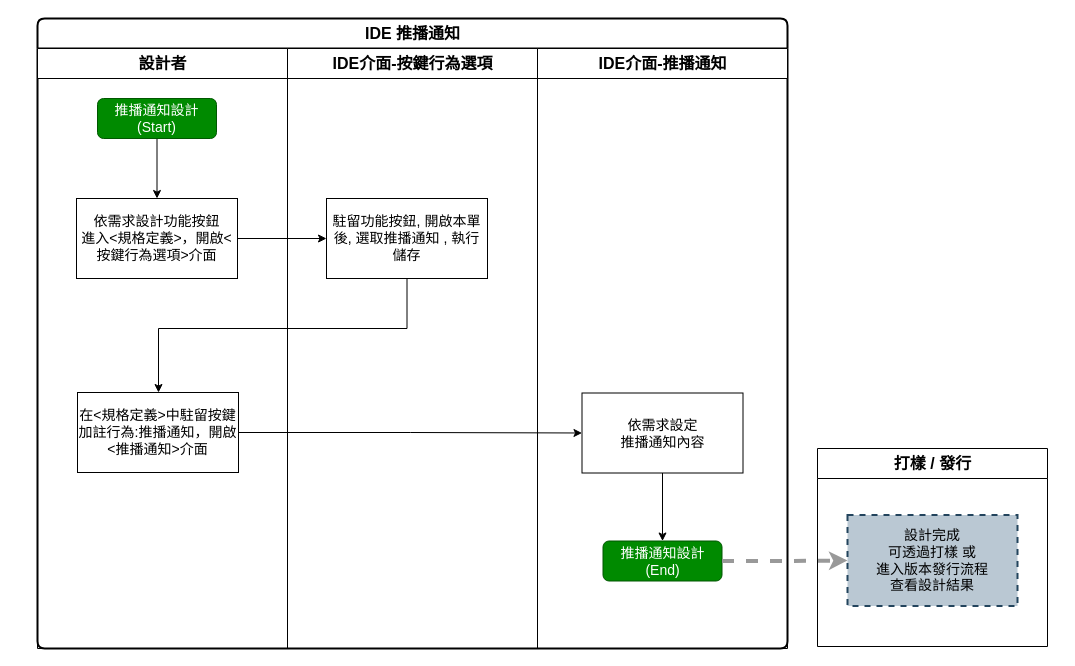
Above: 8.10.0/UPDATE/ITEM_2/IDE/attachment/IDE_MAENotice.drawio in ArcareRD/sadocs (draw.io), before the change. Source tidied: cells renumbered, new cells numbered last; positions are measured from the earlier drawing's top-left corner, leaving out a move shared by most shapes. Both pictures are drawn from the tidied source at 100%, with x=0, y=0 at pixel (37, 18).
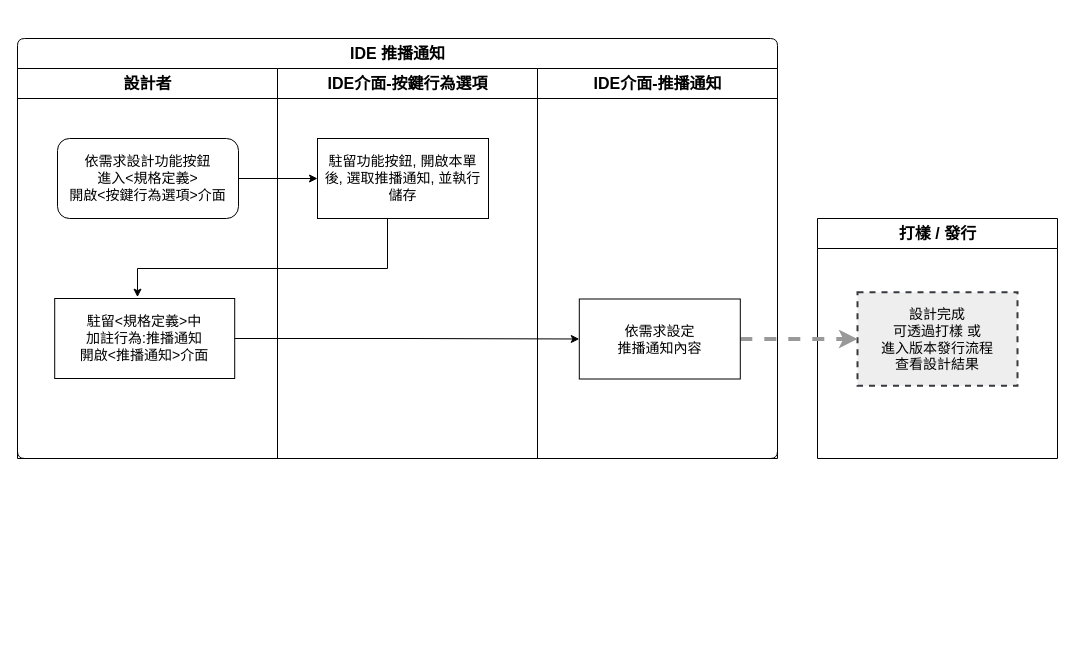
The same diagram, later.

What changed in the source:
```diff
@@
-    <mxCell id="2" value="打樣 / 發行" style="swimlane;html=1;startSize=30;fontSize=16;" parent="1" vertex="1">
-      <mxGeometry x="780" y="430" width="230" height="198" as="geometry" />
+    <mxCell id="2" value="打樣 / 發行" style="swimlane;html=1;startSize=30;fontSize=16;strokeWidth=1;" parent="1" vertex="1">
+      <mxGeometry x="780" y="200" width="240" height="240" as="geometry" />
     </mxCell>
-    <mxCell id="3" value="設計完成&lt;br&gt;可透過打樣 或&lt;br&gt;進入版本發行流程&lt;br&gt;查看設計結果" style="rounded=0;whiteSpace=wrap;html=1;dashed=1;strokeWidth=2;fontSize=14;fillColor=#bac8d3;strokeColor=#23445d;" parent="2" vertex="1">
-      <mxGeometry x="30" y="66.5" width="170" height="91" as="geometry" />
+    <mxCell id="3" value="設計完成&lt;br&gt;可透過打樣 或&lt;br&gt;進入版本發行流程&lt;br&gt;查看設計結果" style="rounded=0;whiteSpace=wrap;html=1;dashed=1;strokeWidth=2;fontSize=14;fillColor=#eeeeee;strokeColor=#36393d;" parent="2" vertex="1">
+      <mxGeometry x="40" y="73.8" width="160" height="93.5" as="geometry" />
     </mxCell>
+    <mxCell id="19" style="edgeStyle=orthogonalEdgeStyle;rounded=0;jettySize=auto;html=1;entryX=0;entryY=0.5;entryDx=0;entryDy=0;dashed=1;strokeColor=#999999;strokeWidth=4;" parent="1" edge="1" source="14" target="3">
+      <mxGeometry relative="1" as="geometry" />
+    </mxCell>
-    <mxCell id="4" value="IDE 推播通知" style="swimlane;html=1;strokeColor=#000000;strokeWidth=2;fontSize=16;rounded=1;arcSize=8;startSize=30;" parent="1" vertex="1">
-      <mxGeometry width="750" height="630" as="geometry" />
+    <mxCell id="4" value="IDE 推播通知" style="swimlane;html=1;strokeWidth=1;fontSize=16;rounded=1;arcSize=8;startSize=30;" parent="1" vertex="1">
+      <mxGeometry x="-20" y="20" width="760" height="420" as="geometry" />
     </mxCell>
-    <mxCell id="5" value="設計者" style="swimlane;html=1;startSize=30;fontSize=16;" parent="4" vertex="1">
-      <mxGeometry y="30" width="250" height="600" as="geometry" />
+    <mxCell id="5" value="設計者" style="swimlane;html=1;startSize=30;fontSize=16;strokeWidth=1;" parent="4" vertex="1">
+      <mxGeometry y="30" width="260" height="390" as="geometry" />
     </mxCell>
-    <mxCell id="6" style="edgeStyle=orthogonalEdgeStyle;rounded=0;jettySize=auto;html=1;fontSize=14;" parent="5" edge="1" source="8" target="9">
-      <mxGeometry relative="1" as="geometry" />
-    </mxCell>
+    <mxCell id="9" value="依需求設計功能按鈕&lt;br&gt;進入&amp;lt;規格定義&amp;gt;&lt;br&gt;開啟&amp;lt;按鍵行為選項&amp;gt;介面" style="rounded=1;whiteSpace=wrap;html=1;strokeWidth=1;fontSize=14;" parent="5" vertex="1">
+      <mxGeometry x="40" y="70" width="181" height="80" as="geometry" />
+    </mxCell>
-    <mxCell id="7" value="在&amp;lt;規格定義&amp;gt;中駐留按鍵加註行為:推播通知，開啟&amp;lt;推播通知&amp;gt;介面" style="rounded=0;whiteSpace=wrap;html=1;strokeWidth=1;fontSize=14;" parent="5" vertex="1">
-      <mxGeometry x="40" y="344" width="161" height="80" as="geometry" />
+    <mxCell id="7" value="駐留&amp;lt;規格定義&amp;gt;中&lt;br&gt;加註行為:推播通知&lt;br&gt;開啟&amp;lt;推播通知&amp;gt;介面" style="rounded=0;whiteSpace=wrap;html=1;strokeWidth=1;fontSize=14;" parent="5" vertex="1">
+      <mxGeometry x="37.2" y="230" width="180" height="80" as="geometry" />
     </mxCell>
-    <mxCell id="8" value="推播通知設計&lt;br&gt;(Start)" style="rounded=1;whiteSpace=wrap;html=1;fontSize=14;fillColor=#008a00;strokeColor=#005700;fontColor=#ffffff;" parent="5" vertex="1">
-      <mxGeometry x="60" y="50" width="119" height="40" as="geometry" />
-    </mxCell>
-    <mxCell id="9" value="依需求設計功能按鈕&lt;br&gt;進入&amp;lt;規格定義&amp;gt;，開啟&amp;lt;按鍵行為選項&amp;gt;介面" style="rounded=0;whiteSpace=wrap;html=1;strokeWidth=1;fontSize=14;" parent="5" vertex="1">
-      <mxGeometry x="39" y="150" width="161" height="80" as="geometry" />
-    </mxCell>
-    <mxCell id="10" value="IDE介面-按鍵行為選項" style="swimlane;html=1;startSize=30;fontSize=16;" parent="4" vertex="1">
-      <mxGeometry x="250" y="30" width="250" height="600" as="geometry" />
+    <mxCell id="10" value="IDE介面-按鍵行為選項" style="swimlane;html=1;startSize=30;fontSize=16;strokeWidth=1;" parent="4" vertex="1">
+      <mxGeometry x="260" y="30" width="260" height="390" as="geometry" />
     </mxCell>
-    <mxCell id="11" value="駐留功能按鈕, 開啟本單&lt;br&gt;後, 選取推播通知&amp;nbsp;, 執行儲存" style="rounded=0;whiteSpace=wrap;html=1;strokeWidth=1;fontSize=14;" parent="10" vertex="1">
-      <mxGeometry x="39" y="150" width="161" height="80" as="geometry" />
+    <mxCell id="11" value="駐留功能按鈕, 開啟本單&lt;br&gt;後, 選取推播通知, 並執行儲存" style="rounded=0;whiteSpace=wrap;html=1;strokeWidth=1;fontSize=14;" parent="10" vertex="1">
+      <mxGeometry x="40" y="70" width="171" height="80" as="geometry" />
     </mxCell>
-    <mxCell id="12" value="IDE介面-推播通知" style="swimlane;html=1;startSize=30;fontSize=16;" parent="4" vertex="1">
-      <mxGeometry x="500" y="30" width="250" height="600" as="geometry" />
+    <mxCell id="12" value="IDE介面-推播通知" style="swimlane;html=1;startSize=30;fontSize=16;strokeWidth=1;" parent="4" vertex="1">
+      <mxGeometry x="520" y="30" width="240" height="390" as="geometry" />
     </mxCell>
-    <mxCell id="13" style="edgeStyle=orthogonalEdgeStyle;rounded=0;jettySize=auto;html=1;entryX=0.5;entryY=0;entryDx=0;entryDy=0;" parent="12" edge="1" source="14" target="15">
-      <mxGeometry relative="1" as="geometry" />
-    </mxCell>
     <mxCell id="14" value="依需求設定&lt;br&gt;推播通知內容" style="rounded=0;whiteSpace=wrap;html=1;strokeWidth=1;fontSize=14;" parent="12" vertex="1">
-      <mxGeometry x="44.5" y="344.5" width="161" height="80" as="geometry" />
+      <mxGeometry x="41.8" y="230.5" width="161" height="80" as="geometry" />
     </mxCell>
-    <mxCell id="15" value="推播通知設計&lt;br&gt;(End)" style="rounded=1;whiteSpace=wrap;html=1;fontSize=14;fillColor=#008a00;strokeColor=#005700;fontColor=#ffffff;" parent="12" vertex="1">
-      <mxGeometry x="65.5" y="492.5" width="119" height="40" as="geometry" />
-    </mxCell>
@@
-    <mxCell id="17" style="edgeStyle=orthogonalEdgeStyle;rounded=0;jettySize=auto;html=1;" parent="4" edge="1" source="11" target="7">
+    <mxCell id="17" style="edgeStyle=orthogonalEdgeStyle;rounded=0;jettySize=auto;html=1;entryX=0.46;entryY=-0.017;entryDx=0;entryDy=0;entryPerimeter=0;" parent="4" edge="1" source="11" target="7">
       <mxGeometry relative="1" as="geometry">
         <Array as="points">
-          <mxPoint x="370" y="310" />
-          <mxPoint x="121" y="310" />
+          <mxPoint x="370" y="230" />
+          <mxPoint x="120" y="230" />
         </Array>
       </mxGeometry>
     </mxCell>
@@
-    <mxCell id="19" style="edgeStyle=orthogonalEdgeStyle;rounded=0;jettySize=auto;html=1;entryX=0;entryY=0.5;entryDx=0;entryDy=0;dashed=1;strokeColor=#999999;strokeWidth=4;" parent="1" edge="1" source="15" target="3">
-      <mxGeometry relative="1" as="geometry" />
-    </mxCell>
```
